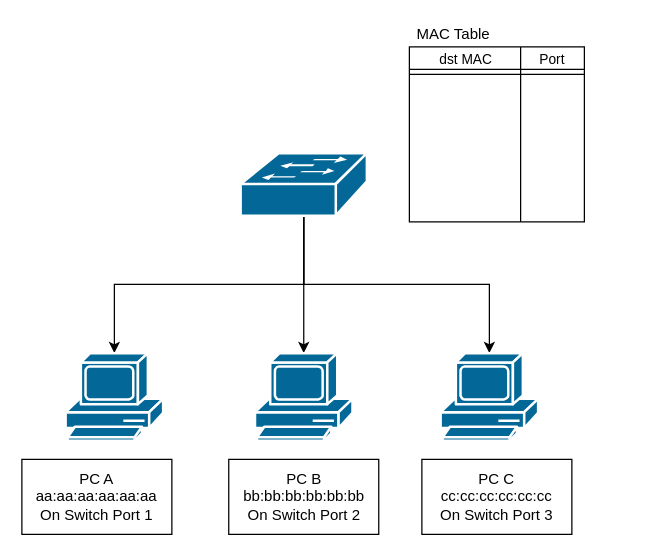
The draw.io diagram NASA-graph/Security/L2 switch.drawio in Vincent550102/NASA-graph, before the edit. Source tidied: cells renumbered, new cells numbered last; positions are measured from the earlier drawing's top-left corner, leaving out a move shared by most shapes. Both pictures are drawn from the tidied source at 125%, with x=0, y=0 at pixel (21, 21).
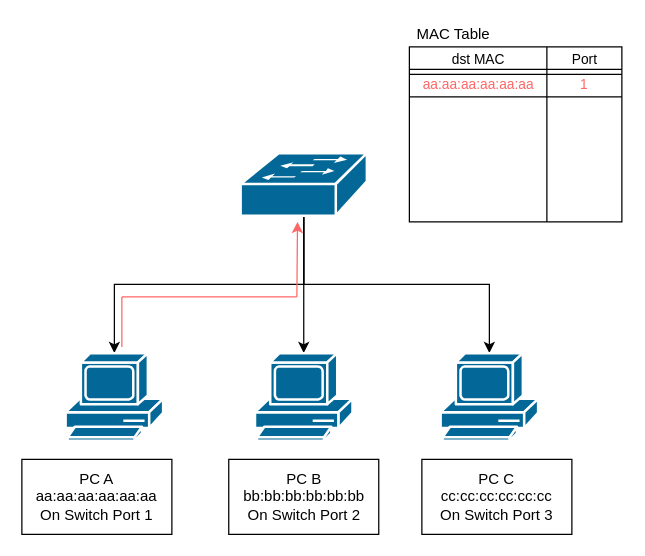
Above is the later version.

Diff of the diagram source:
```diff
@@
     <mxCell id="12" style="rounded=0;whiteSpace=wrap;html=1;" parent="1" vertex="1">
-      <mxGeometry x="310" y="20" width="140" height="140" as="geometry" />
+      <mxGeometry x="310" y="20" width="170" height="140" as="geometry" />
     </mxCell>
@@
-    <mxCell id="14" style="shape=link;html=1;rounded=0;" parent="1" edge="1">
+    <mxCell id="14" style="shape=link;html=1;rounded=0;entryX=1;entryY=0.143;entryDx=0;entryDy=0;entryPerimeter=0;" parent="1" edge="1" target="12">
       <mxGeometry relative="1" as="geometry">
         <mxPoint x="310" y="40" as="sourcePoint" />
-        <mxPoint x="450" y="40" as="targetPoint" />
       </mxGeometry>
     </mxCell>
     <mxCell id="15" style="endArrow=none;html=1;rounded=0;exitX=0.5;exitY=1;exitDx=0;exitDy=0;" parent="1" edge="1">
       <mxGeometry relative="1" as="geometry">
-        <mxPoint x="399" y="160" as="sourcePoint" />
-        <mxPoint x="399" y="20" as="targetPoint" />
+        <mxPoint x="420" y="160" as="sourcePoint" />
+        <mxPoint x="420" y="20" as="targetPoint" />
       </mxGeometry>
     </mxCell>
     <mxCell id="16" value="&lt;font style=&quot;font-size: 11px;&quot;&gt;dst MAC&lt;/font&gt;" style="text;html=1;align=center;verticalAlign=middle;strokeColor=none;fillColor=none;" parent="1" vertex="1">
-      <mxGeometry x="325" y="20" width="60" height="20" as="geometry" />
+      <mxGeometry x="335" y="20" width="60" height="20" as="geometry" />
     </mxCell>
     <mxCell id="17" value="&lt;span style=&quot;font-size: 11px;&quot;&gt;Port&lt;/span&gt;" style="text;html=1;align=center;verticalAlign=middle;strokeColor=none;fillColor=none;" parent="1" vertex="1">
-      <mxGeometry x="404" y="20" width="40" height="20" as="geometry" />
+      <mxGeometry x="430" y="20" width="40" height="20" as="geometry" />
     </mxCell>
+    <mxCell id="18" style="endArrow=none;html=1;rounded=0;fontSize=11;strokeColor=#FF6666;" parent="1" edge="1">
+      <mxGeometry relative="1" as="geometry">
+        <mxPoint x="80" y="260" as="sourcePoint" />
+        <mxPoint x="80" y="220" as="targetPoint" />
+      </mxGeometry>
+    </mxCell>
+    <mxCell id="19" style="endArrow=none;html=1;rounded=0;fontSize=11;strokeColor=#FF6666;" parent="1" edge="1">
+      <mxGeometry relative="1" as="geometry">
+        <mxPoint x="80" y="220" as="sourcePoint" />
+        <mxPoint x="220" y="220" as="targetPoint" />
+      </mxGeometry>
+    </mxCell>
+    <mxCell id="20" style="endArrow=classic;html=1;rounded=0;fontSize=11;strokeColor=#FF6666;" parent="1" edge="1">
+      <mxGeometry relative="1" as="geometry">
+        <mxPoint x="220" y="220" as="sourcePoint" />
+        <mxPoint x="220.5" y="160" as="targetPoint" />
+      </mxGeometry>
+    </mxCell>
+    <mxCell id="21" value="aa:aa:aa:aa:aa:aa" style="text;html=1;align=center;verticalAlign=middle;strokeColor=none;fillColor=none;fontSize=11;fontColor=#FF6666;" parent="1" vertex="1">
+      <mxGeometry x="310" y="40" width="110" height="20" as="geometry" />
+    </mxCell>
+    <mxCell id="22" value="1" style="text;html=1;strokeColor=none;fillColor=none;align=center;verticalAlign=middle;whiteSpace=wrap;rounded=0;fontSize=11;fontColor=#FF6666;" parent="1" vertex="1">
+      <mxGeometry x="420" y="40" width="60" height="20" as="geometry" />
+    </mxCell>
+    <mxCell id="23" style="endArrow=none;html=1;rounded=0;fontSize=11;strokeColor=#000000;entryX=1;entryY=1;entryDx=0;entryDy=0;" parent="1" edge="1" target="22">
+      <mxGeometry relative="1" as="geometry">
+        <mxPoint x="310" y="60" as="sourcePoint" />
+      </mxGeometry>
+    </mxCell>
```
